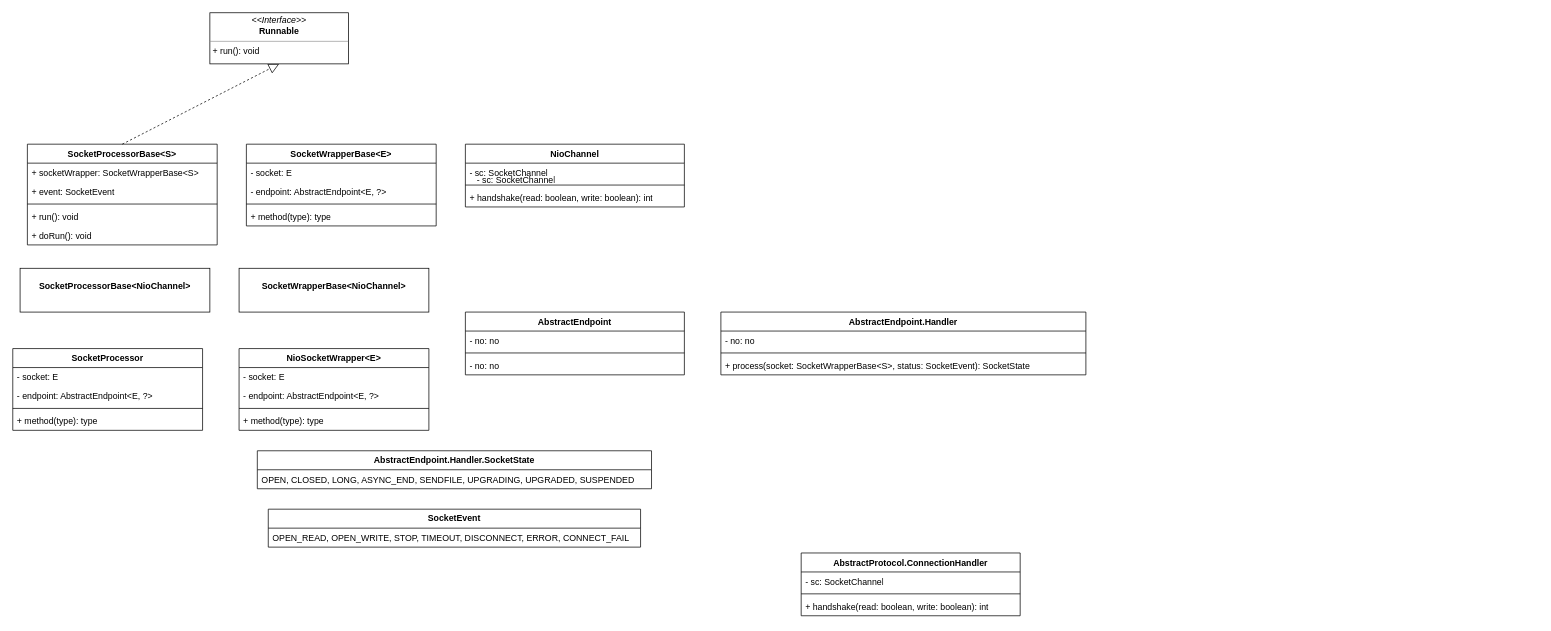
Earlier version of the draw.io diagram tomcat/连接器-类图.drawio (optor666/draw-io-files). Source tidied: cells renumbered, new cells numbered last; positions are measured from the earlier drawing's top-left corner, leaving out a move shared by most shapes. Both pictures are drawn from the tidied source at 73%, with x=0, y=0 at pixel (12, 12).
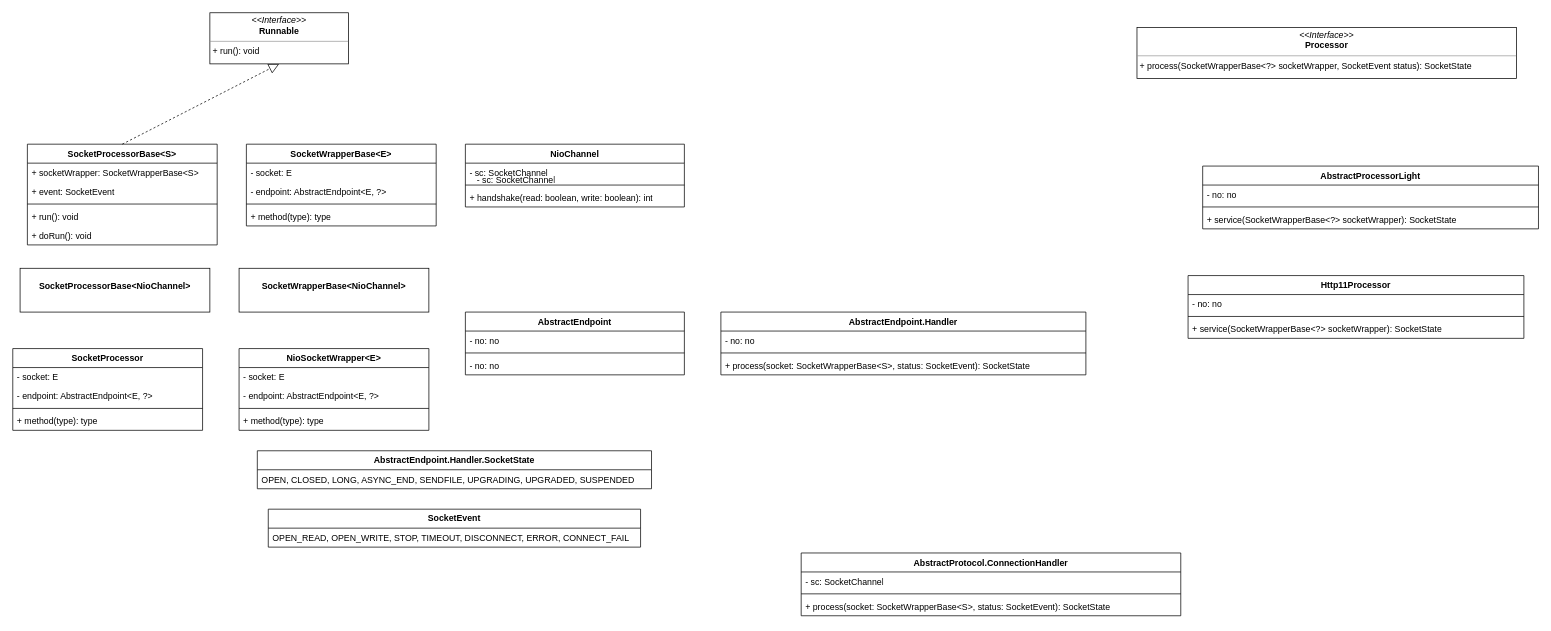
The same page after the edit.

Commit message:
更新连接器-类图.drawio

What changed in the source:
```diff
@@
     <mxCell id="44" value="AbstractProtocol.ConnectionHandler" style="swimlane;fontStyle=1;align=center;verticalAlign=top;horizontal=1;startSize=26;whiteSpace=wrap;html=1;" parent="1" vertex="1">
-      <mxGeometry x="1080" y="740" width="300" height="86" as="geometry" />
+      <mxGeometry x="1080" y="740" width="520" height="86" as="geometry" />
     </mxCell>
     <mxCell id="45" value="- sc: SocketChannel" style="text;strokeColor=none;fillColor=none;align=left;verticalAlign=top;spacingLeft=4;spacingRight=4;overflow=hidden;whiteSpace=wrap;html=1;" parent="44" vertex="1">
-      <mxGeometry y="26" width="300" height="26" as="geometry" />
+      <mxGeometry y="26" width="520" height="26" as="geometry" />
     </mxCell>
     <mxCell id="46" style="line;strokeWidth=1;fillColor=none;align=left;verticalAlign=middle;spacingTop=-1;spacingLeft=3;spacingRight=3;labelPosition=right;strokeColor=inherit;" parent="44" vertex="1">
-      <mxGeometry y="52" width="300" height="8" as="geometry" />
+      <mxGeometry y="52" width="520" height="8" as="geometry" />
     </mxCell>
-    <mxCell id="47" value="+ handshake(read: boolean, write: boolean): int" style="text;strokeColor=none;fillColor=none;align=left;verticalAlign=top;spacingLeft=4;spacingRight=4;overflow=hidden;whiteSpace=wrap;html=1;" parent="44" vertex="1">
-      <mxGeometry y="60" width="300" height="26" as="geometry" />
+    <mxCell id="47" value="+ process(socket: SocketWrapperBase&amp;lt;S&amp;gt;, status: SocketEvent): SocketState" style="text;strokeColor=none;fillColor=none;align=left;verticalAlign=top;spacingLeft=4;spacingRight=4;overflow=hidden;whiteSpace=wrap;html=1;" parent="44" vertex="1">
+      <mxGeometry y="60" width="520" height="26" as="geometry" />
     </mxCell>
+    <mxCell id="48" value="&lt;p style=&quot;margin:0px;margin-top:4px;text-align:center;&quot;&gt;&lt;i&gt;&amp;lt;&amp;lt;Interface&amp;gt;&amp;gt;&lt;/i&gt;&lt;br&gt;&lt;b&gt;Processor&lt;/b&gt;&lt;/p&gt;&lt;hr size=&quot;1&quot;&gt;&lt;p style=&quot;margin:0px;margin-left:4px;&quot;&gt;+ process(SocketWrapperBase&amp;lt;?&amp;gt; socketWrapper, SocketEvent status): SocketState&lt;/p&gt;" style="verticalAlign=top;align=left;overflow=fill;fontSize=12;fontFamily=Helvetica;html=1;whiteSpace=wrap;" parent="1" vertex="1">
+      <mxGeometry x="1540" y="20" width="520" height="70" as="geometry" />
+    </mxCell>
+    <mxCell id="49" value="AbstractProcessorLight" style="swimlane;fontStyle=1;align=center;verticalAlign=top;horizontal=1;startSize=26;whiteSpace=wrap;html=1;" parent="1" vertex="1">
+      <mxGeometry x="1630" y="210" width="460" height="86" as="geometry" />
+    </mxCell>
+    <mxCell id="50" value="- no: no" style="text;strokeColor=none;fillColor=none;align=left;verticalAlign=top;spacingLeft=4;spacingRight=4;overflow=hidden;whiteSpace=wrap;html=1;" parent="49" vertex="1">
+      <mxGeometry y="26" width="460" height="26" as="geometry" />
+    </mxCell>
+    <mxCell id="51" style="line;strokeWidth=1;fillColor=none;align=left;verticalAlign=middle;spacingTop=-1;spacingLeft=3;spacingRight=3;labelPosition=right;strokeColor=inherit;" parent="49" vertex="1">
+      <mxGeometry y="52" width="460" height="8" as="geometry" />
+    </mxCell>
+    <mxCell id="52" value="+ service(SocketWrapperBase&amp;lt;?&amp;gt; socketWrapper): SocketState" style="text;strokeColor=none;fillColor=none;align=left;verticalAlign=top;spacingLeft=4;spacingRight=4;overflow=hidden;whiteSpace=wrap;html=1;" parent="49" vertex="1">
+      <mxGeometry y="60" width="460" height="26" as="geometry" />
+    </mxCell>
+    <mxCell id="53" value="Http11Processor" style="swimlane;fontStyle=1;align=center;verticalAlign=top;horizontal=1;startSize=26;whiteSpace=wrap;html=1;" parent="1" vertex="1">
+      <mxGeometry x="1610" y="360" width="460" height="86" as="geometry" />
+    </mxCell>
+    <mxCell id="54" value="- no: no" style="text;strokeColor=none;fillColor=none;align=left;verticalAlign=top;spacingLeft=4;spacingRight=4;overflow=hidden;whiteSpace=wrap;html=1;" parent="53" vertex="1">
+      <mxGeometry y="26" width="460" height="26" as="geometry" />
+    </mxCell>
+    <mxCell id="55" style="line;strokeWidth=1;fillColor=none;align=left;verticalAlign=middle;spacingTop=-1;spacingLeft=3;spacingRight=3;labelPosition=right;strokeColor=inherit;" parent="53" vertex="1">
+      <mxGeometry y="52" width="460" height="8" as="geometry" />
+    </mxCell>
+    <mxCell id="56" value="+ service(SocketWrapperBase&amp;lt;?&amp;gt; socketWrapper): SocketState" style="text;strokeColor=none;fillColor=none;align=left;verticalAlign=top;spacingLeft=4;spacingRight=4;overflow=hidden;whiteSpace=wrap;html=1;" parent="53" vertex="1">
+      <mxGeometry y="60" width="460" height="26" as="geometry" />
+    </mxCell>
```
